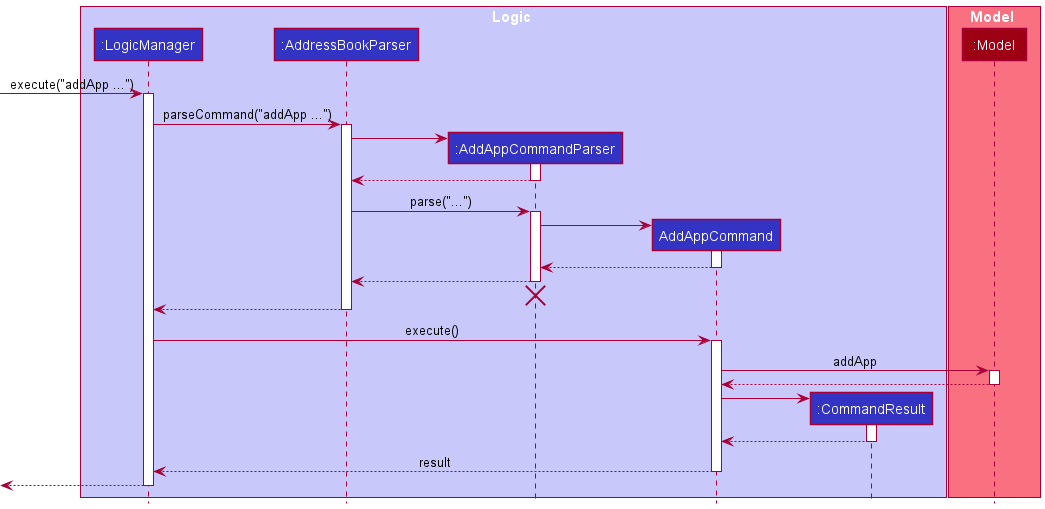
Before: docs/images/AddAppSequenceDiagram.png, a diagram exported from PlantUML (nus-cs2103-AY2122S1/tp).
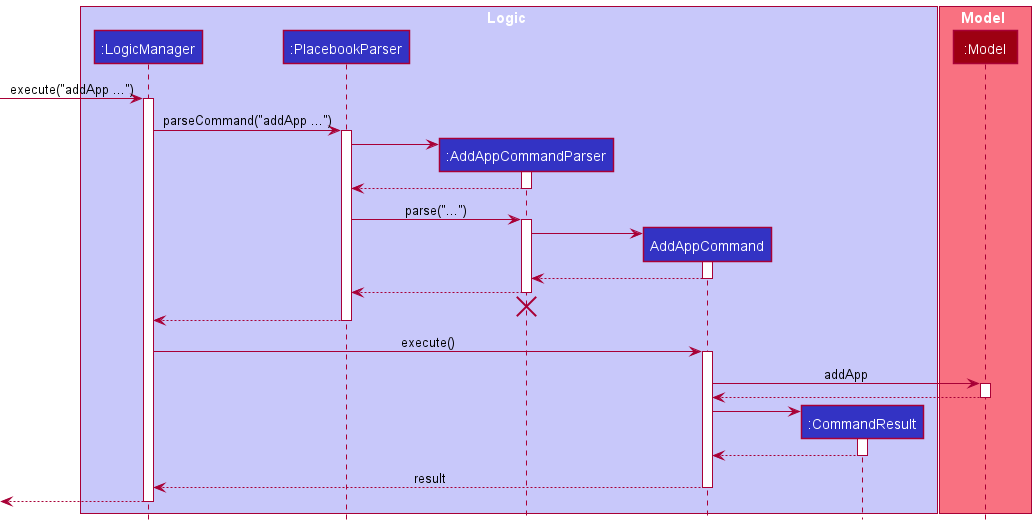
The same file after the commit.

Diff of the diagram source:
```diff
@@ -3,7 +3,7 @@
 
 box Logic LOGIC_COLOR_T1
 participant ":LogicManager" as LogicManager LOGIC_COLOR
-participant ":AddressBookParser" as AddressBookParser LOGIC_COLOR
+participant ":PlacebookParser" as PlacebookParser LOGIC_COLOR
 participant ":AddAppCommandParser" as AddAppCommandParser LOGIC_COLOR
 participant "AddAppCommand" as AddAppCommand LOGIC_COLOR
 participant ":CommandResult" as CommandResult LOGIC_COLOR
@@ -16,17 +16,17 @@
 [-> LogicManager : execute("addApp ...")
 activate LogicManager
 
-LogicManager -> AddressBookParser : parseCommand("addApp ...")
-activate AddressBookParser
+LogicManager -> PlacebookParser : parseCommand("addApp ...")
+activate PlacebookParser
 
 create AddAppCommandParser
-AddressBookParser -> AddAppCommandParser
+PlacebookParser -> AddAppCommandParser
 activate AddAppCommandParser
 
-AddAppCommandParser --> AddressBookParser
+AddAppCommandParser --> PlacebookParser
 deactivate AddAppCommandParser
 
-AddressBookParser -> AddAppCommandParser : parse("...")
+PlacebookParser -> AddAppCommandParser : parse("...")
 activate AddAppCommandParser
 
 create AddAppCommand
@@ -36,13 +36,13 @@
 AddAppCommand --> AddAppCommandParser
 deactivate AddAppCommand
 
-AddAppCommandParser --> AddressBookParser
+AddAppCommandParser --> PlacebookParser
 deactivate AddAppCommandParser
-AddAppCommandParser -[hidden]-> AddressBookParser
+AddAppCommandParser -[hidden]-> PlacebookParser
 destroy AddAppCommandParser
 
-AddressBookParser --> LogicManager
-deactivate AddressBookParser
+PlacebookParser --> LogicManager
+deactivate PlacebookParser
 
 LogicManager -> AddAppCommand : execute()
 activate AddAppCommand
```
